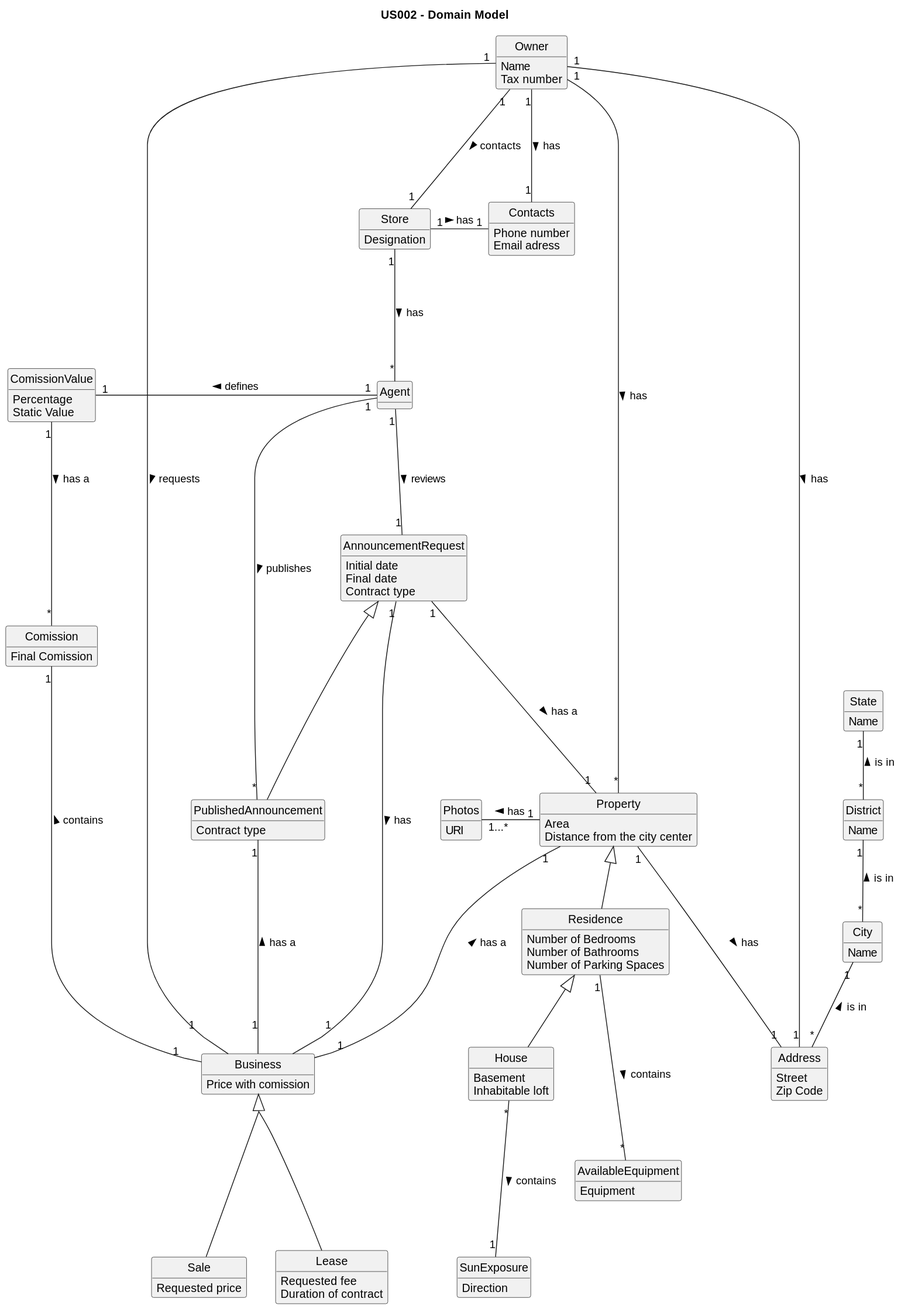
Above: docs/sprintB/US02/02.analysis/svg/us02-domain-model.svg in PureNimble/ISEP-LAPR2 (PlantUML), before the change.
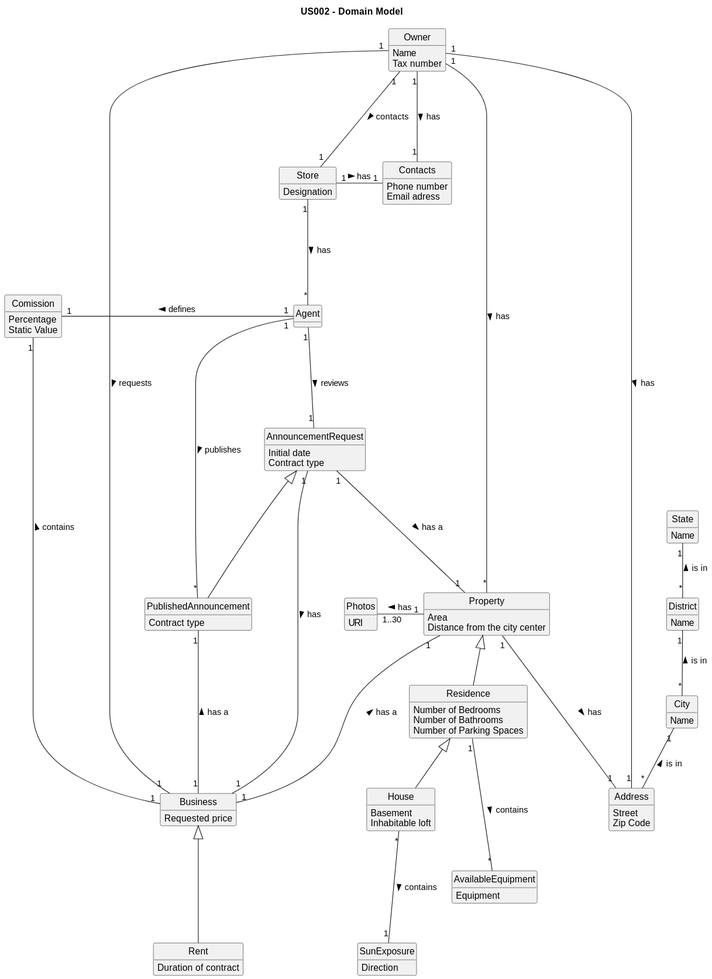
After the commit.

Commit message:
Updated Class Diagram, Domain Model and system sequence diagram

Diff of the diagram source:
```diff
@@ -38,7 +38,7 @@
 }
 
 class Business {
-Price with comission
+Requested price
 }
 
 class Store {
@@ -87,7 +87,7 @@
 
 Residence <|-down- House
 Property <|-down- Residence
-Property "1" -left-- "1...*" Photos: has >
+Property "1" -left-- "1..30" Photos: has >
 SunExposure "1" -up-- "*" House: contains <
 Address "1" -up-- "1" Property: has <
 Owner "1" -down-- "*" Property: has >
@@ -96,26 +96,16 @@
 
 
 class Comission{
-Final Comission
-}
-
-class ComissionValue {
 Percentage
 Static Value
 }
 
-class Sale{
-Requested price
-}
-
-class Lease {
-Requested fee
+class Rent {
 Duration of contract
 }
 
 class AnnouncementRequest{
 Initial date
-Final date
 Contract type
 }
 
@@ -123,9 +113,8 @@
 Contract type
 }
 
-ComissionValue "1" -right-- "1" Agent: defines <
+Comission "1" -right-- "1" Agent: defines <
 Comission "1" --- "1" Business: contains <
-ComissionValue "1" --- "*" Comission : has a >
 Owner "1" --- "1" Business: requests >
 Property "1" --- "1" Business: has a <
 AnnouncementRequest "1" --- "1" Business: has >
@@ -134,6 +123,5 @@
 AnnouncementRequest  <|---  PublishedAnnouncement
 PublishedAnnouncement "*" --- "1" Agent: publishes <
 PublishedAnnouncement "1" --- "1" Business: has a <
-Business <|--- Lease
-Business <|--- Sale
+Business <|--- Rent
 @enduml
```
